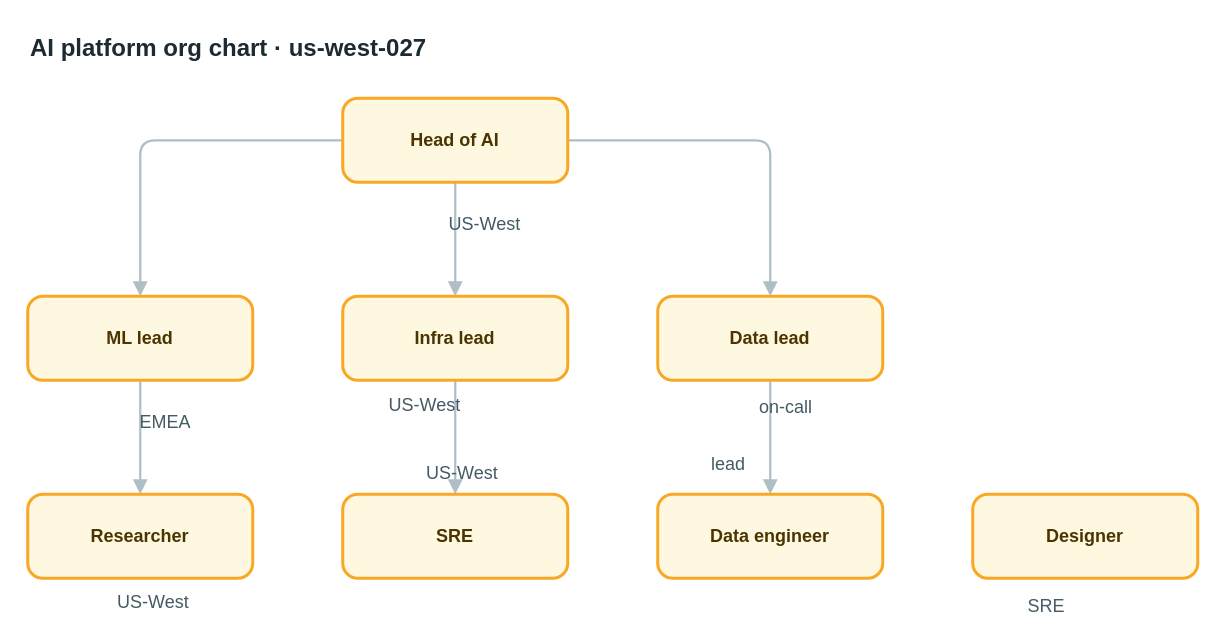
AryanG01/open-apprentice keeps this draw.io diagram as apps/web/public/samples/library/027-ai-platform-org-chart.drawio. Above is the earlier version. Source tidied: cells renumbered, new cells numbered last; positions are measured from the earlier drawing's top-left corner, leaving out a move shared by most shapes. Both pictures are drawn from the tidied source at 150%, with x=0, y=0 at pixel (27, 26).
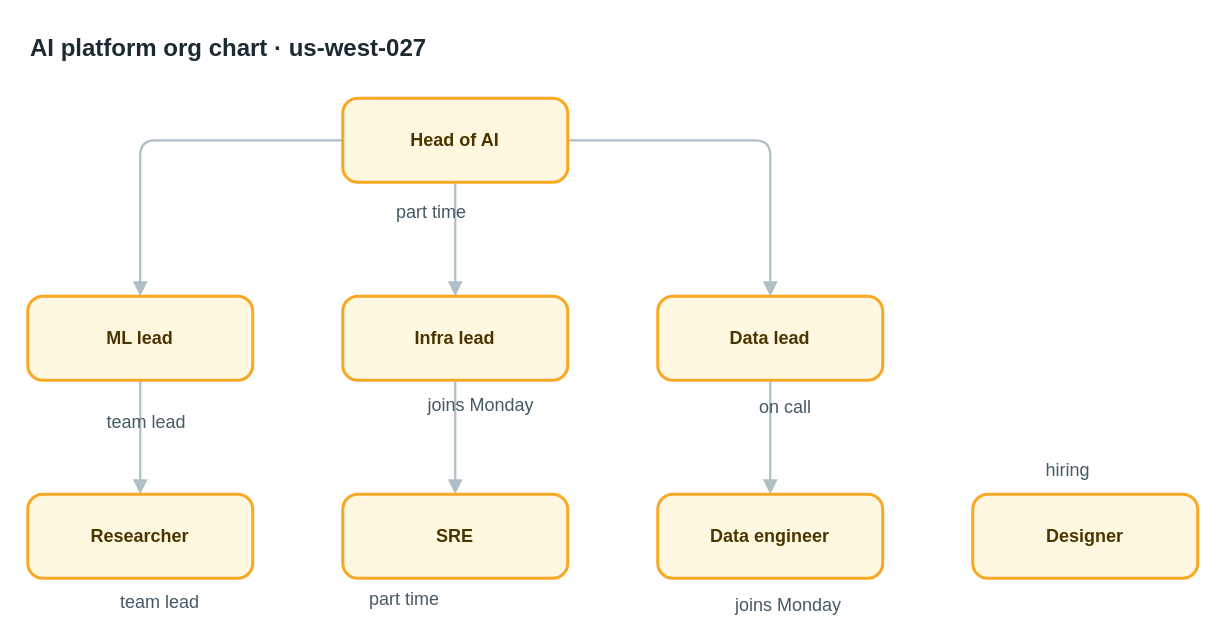
The same page after the edit.

The edit, as a diff of the source:
```diff
@@
-    <mxCell id="17" value="US-West" style="text;html=1;align=left;verticalAlign=top;whiteSpace=nowrap;spacing=0;spacingTop=0;strokeColor=none;fillColor=none;fontSize=12;fontColor=#455a64;" parent="1" vertex="1">
-      <mxGeometry x="281" y="120" width="61" height="20" as="geometry" />
+    <mxCell id="17" value="part time" style="text;html=1;align=left;verticalAlign=top;whiteSpace=nowrap;spacing=0;spacingTop=0;strokeColor=none;fillColor=none;fontSize=12;fontColor=#455a64;" parent="1" vertex="1">
+      <mxGeometry x="246" y="112" width="75" height="20" as="geometry" />
     </mxCell>
-    <mxCell id="18" value="EMEA" style="text;html=1;align=left;verticalAlign=top;whiteSpace=nowrap;spacing=0;spacingTop=0;strokeColor=none;fillColor=none;fontSize=12;fontColor=#455a64;" parent="1" vertex="1">
-      <mxGeometry x="75" y="252" width="40" height="20" as="geometry" />
+    <mxCell id="18" value="team lead" style="text;html=1;align=left;verticalAlign=top;whiteSpace=nowrap;spacing=0;spacingTop=0;strokeColor=none;fillColor=none;fontSize=12;fontColor=#455a64;" parent="1" vertex="1">
+      <mxGeometry x="53" y="252" width="75" height="20" as="geometry" />
     </mxCell>
-    <mxCell id="19" value="US-West" style="text;html=1;align=left;verticalAlign=top;whiteSpace=nowrap;spacing=0;spacingTop=0;strokeColor=none;fillColor=none;fontSize=12;fontColor=#455a64;" parent="1" vertex="1">
-      <mxGeometry x="241" y="241" width="61" height="20" as="geometry" />
+    <mxCell id="19" value="joins Monday" style="text;html=1;align=left;verticalAlign=top;whiteSpace=nowrap;spacing=0;spacingTop=0;strokeColor=none;fillColor=none;fontSize=12;fontColor=#455a64;" parent="1" vertex="1">
+      <mxGeometry x="267" y="241" width="96" height="20" as="geometry" />
     </mxCell>
-    <mxCell id="20" value="on-call" style="text;html=1;align=left;verticalAlign=top;whiteSpace=nowrap;spacing=0;spacingTop=0;strokeColor=none;fillColor=none;fontSize=12;fontColor=#455a64;" parent="1" vertex="1">
+    <mxCell id="20" value="on call" style="text;html=1;align=left;verticalAlign=top;whiteSpace=nowrap;spacing=0;spacingTop=0;strokeColor=none;fillColor=none;fontSize=12;fontColor=#455a64;" parent="1" vertex="1">
       <mxGeometry x="488" y="242" width="61" height="20" as="geometry" />
     </mxCell>
-    <mxCell id="21" value="US-West" style="text;html=1;align=left;verticalAlign=top;whiteSpace=nowrap;spacing=0;spacingTop=0;strokeColor=none;fillColor=none;fontSize=12;fontColor=#455a64;" parent="1" vertex="1">
-      <mxGeometry x="60" y="372" width="61" height="20" as="geometry" />
+    <mxCell id="21" value="team lead" style="text;html=1;align=left;verticalAlign=top;whiteSpace=nowrap;spacing=0;spacingTop=0;strokeColor=none;fillColor=none;fontSize=12;fontColor=#455a64;" parent="1" vertex="1">
+      <mxGeometry x="62" y="372" width="75" height="20" as="geometry" />
     </mxCell>
-    <mxCell id="22" value="US-West" style="text;html=1;align=left;verticalAlign=top;whiteSpace=nowrap;spacing=0;spacingTop=0;strokeColor=none;fillColor=none;fontSize=12;fontColor=#455a64;" parent="1" vertex="1">
-      <mxGeometry x="266" y="286" width="61" height="20" as="geometry" />
+    <mxCell id="22" value="part time" style="text;html=1;align=left;verticalAlign=top;whiteSpace=nowrap;spacing=0;spacingTop=0;strokeColor=none;fillColor=none;fontSize=12;fontColor=#455a64;" parent="1" vertex="1">
+      <mxGeometry x="228" y="370" width="75" height="20" as="geometry" />
     </mxCell>
-    <mxCell id="23" value="lead" style="text;html=1;align=left;verticalAlign=top;whiteSpace=nowrap;spacing=0;spacingTop=0;strokeColor=none;fillColor=none;fontSize=12;fontColor=#455a64;" parent="1" vertex="1">
-      <mxGeometry x="456" y="280" width="40" height="20" as="geometry" />
+    <mxCell id="23" value="joins Monday" style="text;html=1;align=left;verticalAlign=top;whiteSpace=nowrap;spacing=0;spacingTop=0;strokeColor=none;fillColor=none;fontSize=12;fontColor=#455a64;" parent="1" vertex="1">
+      <mxGeometry x="472" y="374" width="96" height="20" as="geometry" />
     </mxCell>
-    <mxCell id="24" value="SRE" style="text;html=1;align=left;verticalAlign=top;whiteSpace=nowrap;spacing=0;spacingTop=0;strokeColor=none;fillColor=none;fontSize=12;fontColor=#455a64;" parent="1" vertex="1">
-      <mxGeometry x="667" y="375" width="33" height="20" as="geometry" />
+    <mxCell id="24" value="hiring" style="text;html=1;align=left;verticalAlign=top;whiteSpace=nowrap;spacing=0;spacingTop=0;strokeColor=none;fillColor=none;fontSize=12;fontColor=#455a64;" parent="1" vertex="1">
+      <mxGeometry x="679" y="284" width="54" height="20" as="geometry" />
     </mxCell>
```
